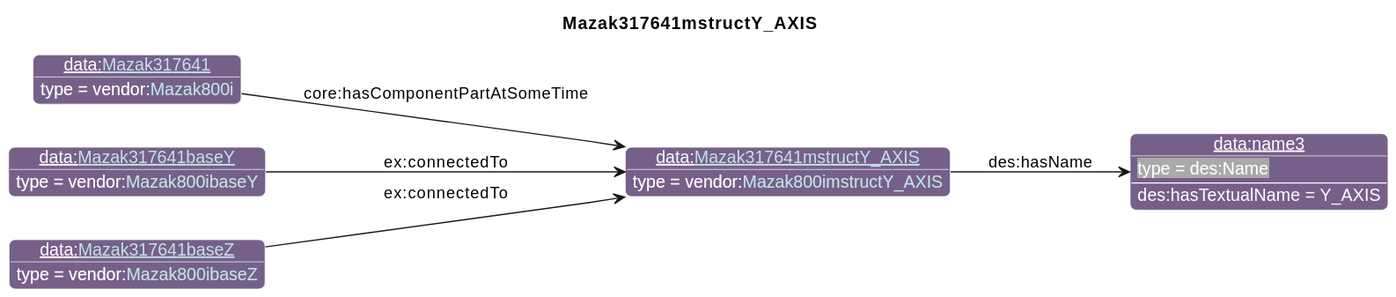
Earlier version of the PlantUML export diagrams/Mazak317641mstructY_AXIS.svg (iofoundry/example-syseng-mtconnect).
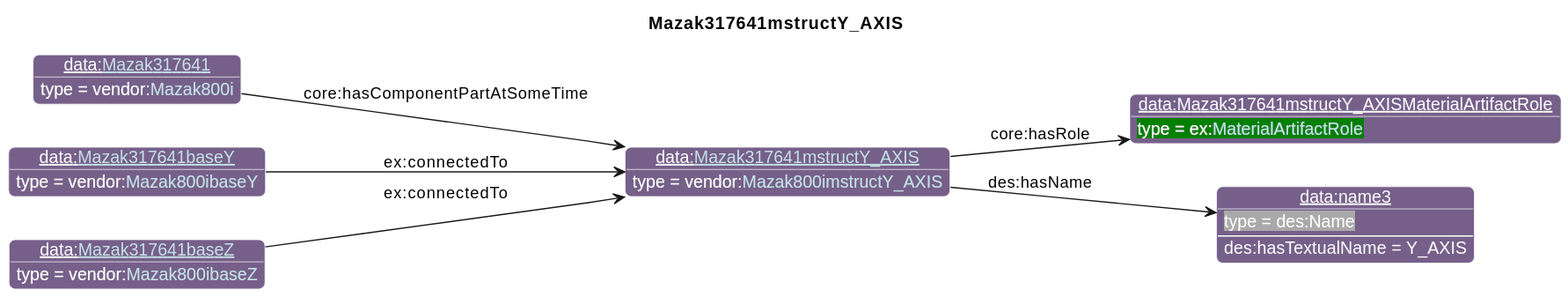
Later version of the same file.

What changed in the source:
```diff
@@ -26,13 +26,15 @@
                       "qp":"641B2E"
       }
 individual(o0, data:[[./Mazak317641mstructY_AXIS.html Mazak317641mstructY_AXIS]], vendor:[[../Mazak.html#Mazak800imstructY_AXIS Mazak800imstructY_AXIS]])
-individual(o1, data:name3, des:Name)
-individual(o2, data:[[./Mazak317641.html Mazak317641]], vendor:[[../Mazak.html#Mazak800i Mazak800i]])
-individual(o3, data:[[./Mazak317641baseY.html Mazak317641baseY]], vendor:[[../Mazak.html#Mazak800ibaseY Mazak800ibaseY]])
-individual(o4, data:[[./Mazak317641baseZ.html Mazak317641baseZ]], vendor:[[../Mazak.html#Mazak800ibaseZ Mazak800ibaseZ]])
-property(o0, "des:hasName", o1)
-data(o1, "des:hasTextualName", "Y_AXIS")
-property(o2, "core:hasComponentPartAtSomeTime", o0)
-property(o3, "ex:connectedTo", o0)
+individual(o1, data:Mazak317641mstructY_AXISMaterialArtifactRole, ex:[[../Example.html#MaterialArtifactRole MaterialArtifactRole]])
+individual(o2, data:name3, des:Name)
+individual(o3, data:[[./Mazak317641.html Mazak317641]], vendor:[[../Mazak.html#Mazak800i Mazak800i]])
+individual(o4, data:[[./Mazak317641baseY.html Mazak317641baseY]], vendor:[[../Mazak.html#Mazak800ibaseY Mazak800ibaseY]])
+individual(o5, data:[[./Mazak317641baseZ.html Mazak317641baseZ]], vendor:[[../Mazak.html#Mazak800ibaseZ Mazak800ibaseZ]])
+property(o0, "core:hasRole", o1)
+property(o0, "des:hasName", o2)
+data(o2, "des:hasTextualName", "Y_AXIS")
+property(o3, "core:hasComponentPartAtSomeTime", o0)
 property(o4, "ex:connectedTo", o0)
+property(o5, "ex:connectedTo", o0)
 @enduml
```
